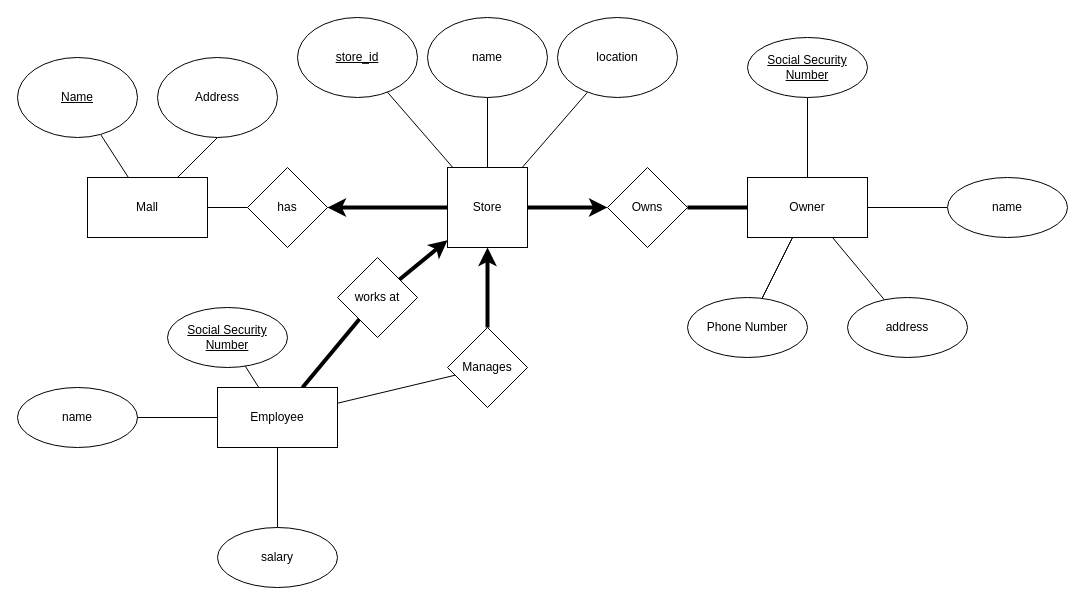
Before: Untitled Diagram.drawio in PAhmed2020/test_fork_repository, a draw.io diagram. Source tidied: cells renumbered, new cells numbered last; positions are measured from the earlier drawing's top-left corner, leaving out a move shared by most shapes. Both pictures are drawn from the tidied source at 100%, with x=0, y=0 at pixel (17, 17).
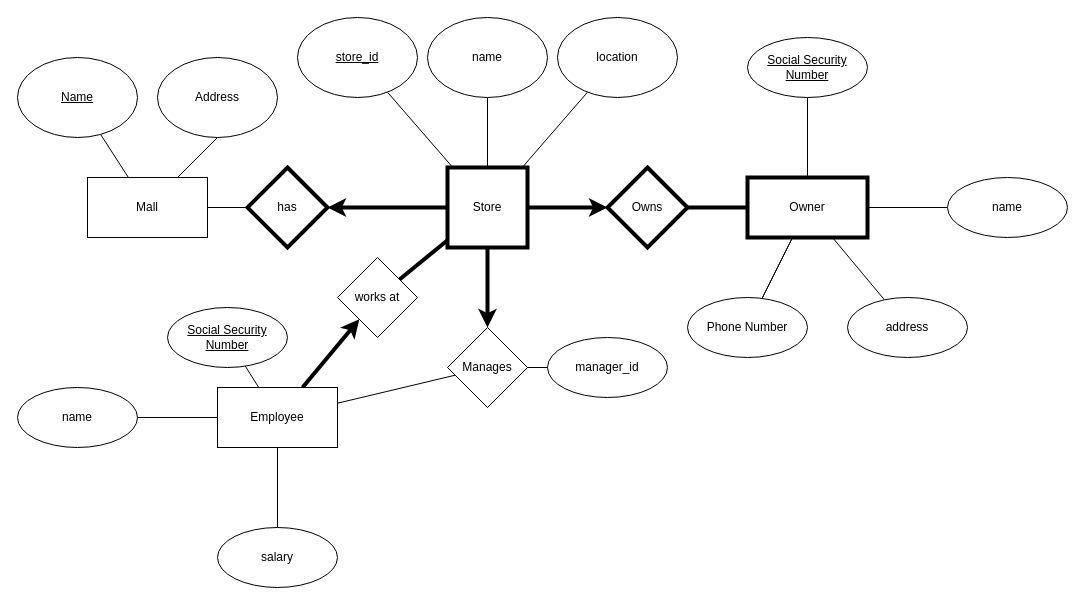
The same diagram, later.

The change refers to these unchanged cells:
```xml
<mxCell id="32" value="Manages" style="rhombus;whiteSpace=wrap;html=1;" parent="1" vertex="1">
  <mxGeometry x="430" y="310" width="80" height="80" as="geometry" />
</mxCell>
<mxCell id="36" value="Employee" style="whiteSpace=wrap;html=1;strokeWidth=1;" parent="1" vertex="1">
  <mxGeometry x="200" y="370" width="120" height="60" as="geometry" />
</mxCell>
<mxCell id="42" value="works at" style="rhombus;whiteSpace=wrap;html=1;strokeWidth=1;" parent="1" vertex="1">
  <mxGeometry x="320" y="240" width="80" height="80" as="geometry" />
</mxCell>
```

Diff of the diagram source:
```diff
@@
-    <mxCell id="3" value="has" style="rhombus;whiteSpace=wrap;html=1;" parent="1" vertex="1">
+    <mxCell id="3" value="has" style="rhombus;whiteSpace=wrap;html=1;strokeWidth=4;" parent="1" vertex="1">
       <mxGeometry x="230" y="150" width="80" height="80" as="geometry" />
     </mxCell>
@@
-    <mxCell id="6" style="edgeStyle=none;rounded=1;jettySize=auto;html=1;startArrow=classic;startFill=1;endArrow=none;endFill=0;strokeColor=default;strokeWidth=4;" parent="1" edge="1" source="7" target="32">
+    <mxCell id="6" style="edgeStyle=none;rounded=1;jettySize=auto;html=1;startArrow=none;startFill=0;endArrow=classic;endFill=1;strokeColor=default;strokeWidth=4;" parent="1" edge="1" source="7" target="32">
       <mxGeometry relative="1" as="geometry" />
     </mxCell>
-    <mxCell id="7" value="Store" style="whiteSpace=wrap;html=1;" parent="1" vertex="1">
+    <mxCell id="7" value="Store" style="whiteSpace=wrap;html=1;strokeWidth=4;" parent="1" vertex="1">
       <mxGeometry x="430" y="150" width="80" height="80" as="geometry" />
     </mxCell>
@@
-    <mxCell id="20" value="Owns" style="rhombus;whiteSpace=wrap;html=1;" parent="1" vertex="1">
+    <mxCell id="20" value="Owns" style="rhombus;whiteSpace=wrap;html=1;strokeWidth=4;" parent="1" vertex="1">
       <mxGeometry x="590" y="150" width="80" height="80" as="geometry" />
     </mxCell>
@@
-    <mxCell id="25" value="Owner" style="whiteSpace=wrap;html=1;" parent="1" vertex="1">
+    <mxCell id="25" value="Owner" style="whiteSpace=wrap;html=1;strokeWidth=4;" parent="1" vertex="1">
       <mxGeometry x="730" y="160" width="120" height="60" as="geometry" />
     </mxCell>
@@
+    <mxCell id="43" style="edgeStyle=orthogonalEdgeStyle;rounded=0;jettySize=auto;html=1;startArrow=none;startFill=0;endArrow=none;endFill=0;" parent="1" edge="1" source="32" target="44">
+      <mxGeometry relative="1" as="geometry" />
+    </mxCell>
@@
-    <mxCell id="33" style="edgeStyle=none;rounded=1;jettySize=auto;html=1;startArrow=none;startFill=0;endArrow=none;endFill=0;strokeColor=default;strokeWidth=4;" parent="1" edge="1" source="36" target="42">
+    <mxCell id="33" style="edgeStyle=none;rounded=1;jettySize=auto;html=1;startArrow=none;startFill=0;endArrow=classic;endFill=1;strokeColor=default;strokeWidth=4;" parent="1" edge="1" source="36" target="42">
       <mxGeometry relative="1" as="geometry" />
     </mxCell>
@@
-    <mxCell id="41" style="edgeStyle=none;rounded=1;jettySize=auto;html=1;startArrow=none;startFill=0;endArrow=classic;endFill=1;strokeColor=default;strokeWidth=4;" parent="1" edge="1" source="42" target="7">
+    <mxCell id="41" style="edgeStyle=none;rounded=1;jettySize=auto;html=1;startArrow=none;startFill=0;endArrow=none;endFill=0;strokeColor=default;strokeWidth=4;" parent="1" edge="1" source="42" target="7">
       <mxGeometry relative="1" as="geometry" />
     </mxCell>
@@
+    <mxCell id="44" value="manager_id" style="ellipse;whiteSpace=wrap;html=1;" parent="1" vertex="1">
+      <mxGeometry x="530" y="320" width="120" height="60" as="geometry" />
+    </mxCell>
```
